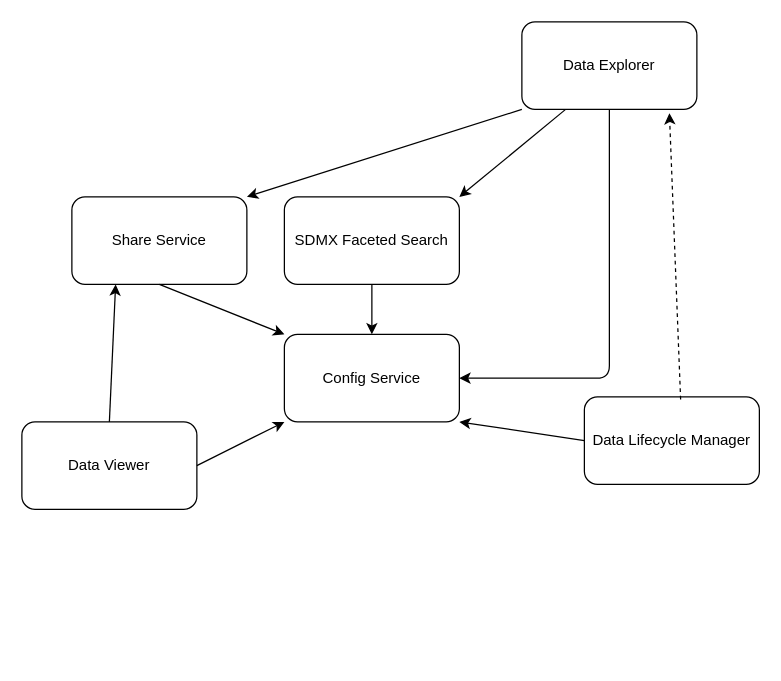
The draw.io diagram ServiceDescriptions/img/JavaScriptDependencies.drawio in Kyelin25/dotstat-tutorials, before the edit. Source tidied: cells renumbered, new cells numbered last; positions are measured from the earlier drawing's top-left corner, leaving out a move shared by most shapes. Both pictures are drawn from the tidied source at 125%, with x=0, y=0 at pixel (21, 21).
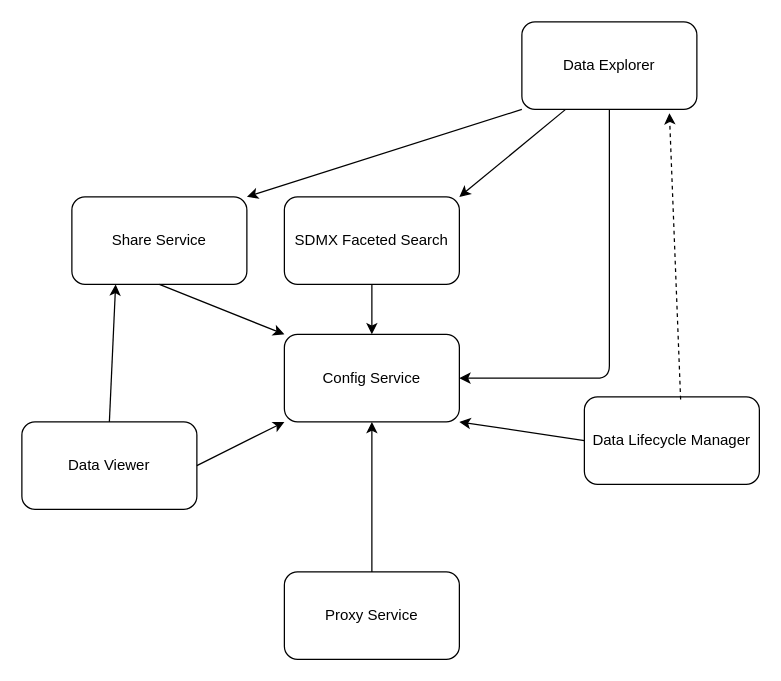
The same page after the edit.

Commit message (it also covers changes not shown here):
Really getting stuck into the configuration service.

Unchanged cells that the change refers to:
```xml
<mxCell id="2" value="Config Service" style="rounded=1;whiteSpace=wrap;html=1;" parent="1" vertex="1">
  <mxGeometry x="210" y="250" width="140" height="70" as="geometry" />
</mxCell>
```

The edit, as a diff of the source:
```diff
@@
+    <mxCell id="17" value="Proxy Service" style="rounded=1;whiteSpace=wrap;html=1;" parent="1" vertex="1">
+      <mxGeometry x="210" y="440" width="140" height="70" as="geometry" />
+    </mxCell>
+    <mxCell id="18" style="endArrow=classic;html=1;exitX=0.5;exitY=0;exitDx=0;exitDy=0;entryX=0.5;entryY=1;entryDx=0;entryDy=0;" parent="1" edge="1" source="17" target="2">
+      <mxGeometry relative="1" as="geometry" />
+    </mxCell>
```
